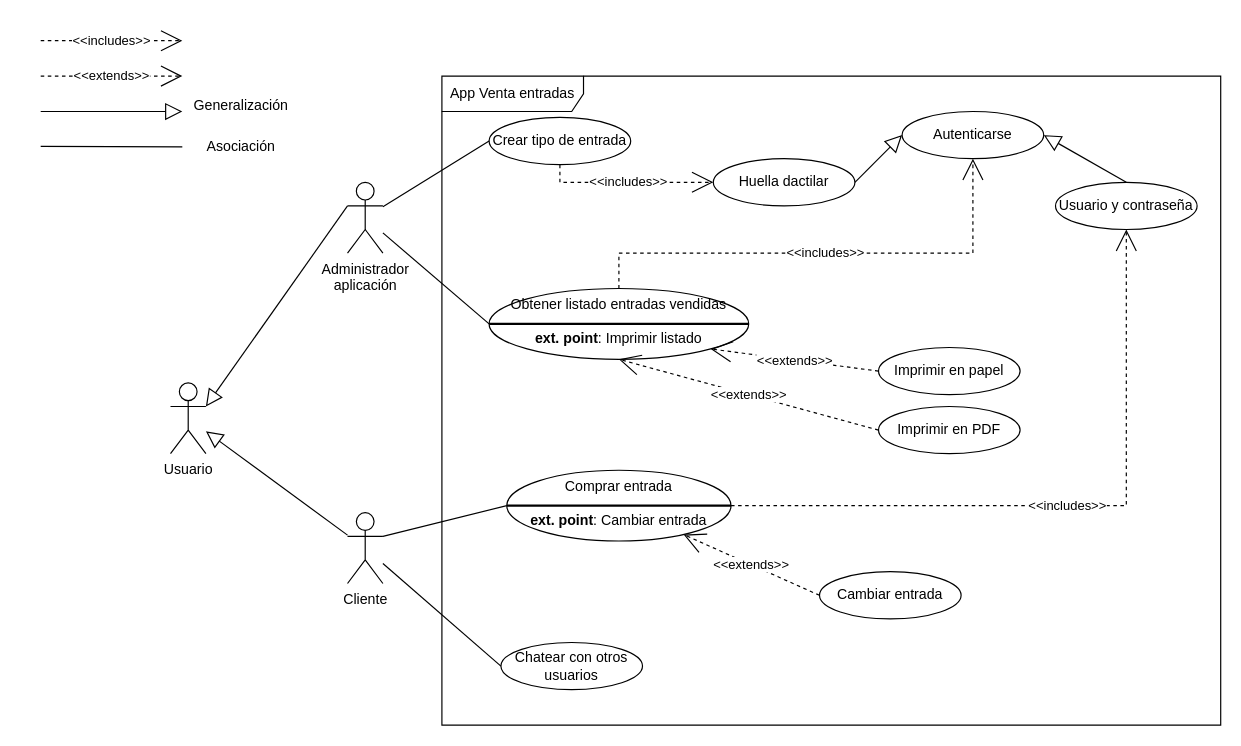
This is PracticaCasoUso.drawio from memfu/EntornosDesarrollo, a draw.io file, before an edit. Source tidied: cells renumbered, new cells numbered last; positions are measured from the earlier drawing's top-left corner, leaving out a move shared by most shapes. Both pictures are drawn from the tidied source at 118%, with x=0, y=0 at pixel (40, 40).
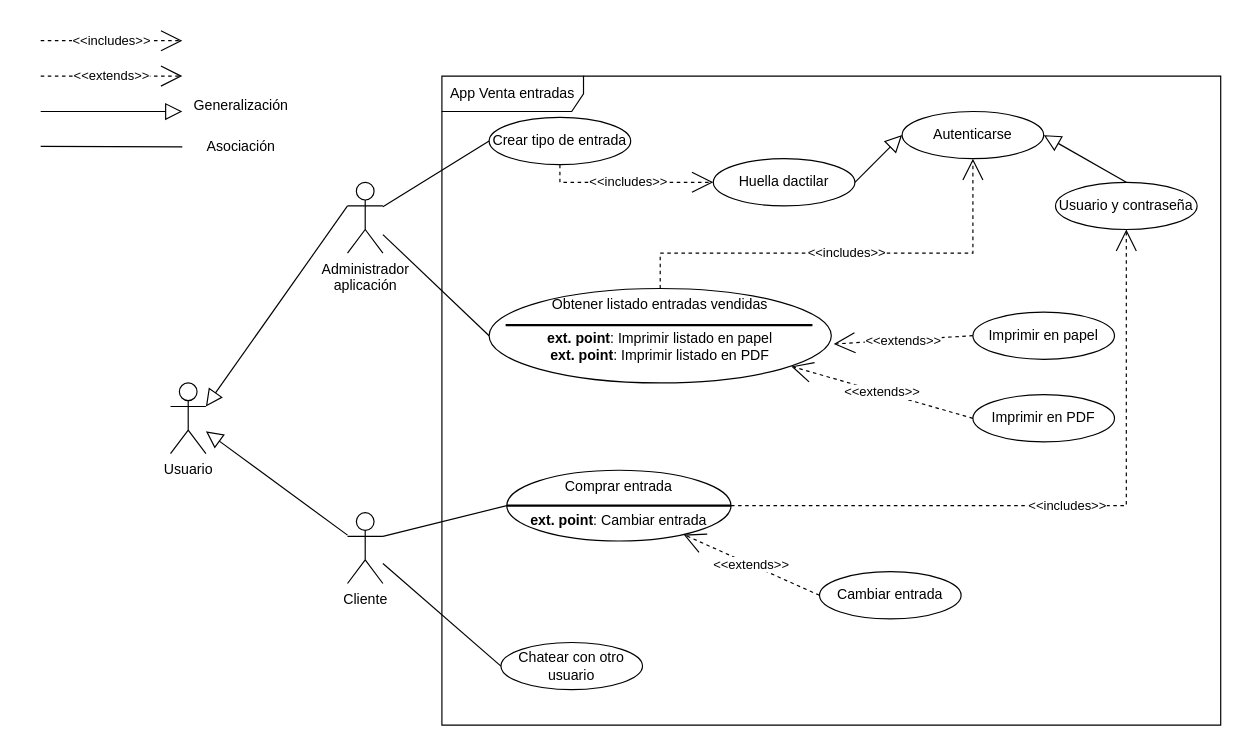
Above is the later version.

Unchanged cells that the change refers to:
```xml
<mxCell id="13" value="Autenticarse" style="ellipse;whiteSpace=wrap;html=1;" parent="1" vertex="1">
  <mxGeometry x="730" y="60" width="120" height="40" as="geometry" />
</mxCell>
```

Change to the diagram source:
```diff
@@
-    <mxCell id="20" value="&lt;div&gt;Obtener listado entradas vendidas&lt;/div&gt;&lt;div&gt;&lt;br&gt;&lt;/div&gt;&lt;div&gt;&lt;b&gt;ext. point&lt;/b&gt;: Imprimir listado&lt;br&gt;&lt;/div&gt;" style="ellipse;whiteSpace=wrap;html=1;horizontal=1;verticalAlign=top;" parent="1" vertex="1">
-      <mxGeometry x="380" y="210" width="220" height="60" as="geometry" />
+    <mxCell id="20" value="&lt;div&gt;Obtener listado entradas vendidas&lt;/div&gt;&lt;div&gt;&lt;br&gt;&lt;/div&gt;&lt;div&gt;&lt;b&gt;ext. point&lt;/b&gt;: Imprimir listado en papel&lt;/div&gt;&lt;div&gt;&lt;b&gt;ext. point&lt;/b&gt;: Imprimir listado en PDF&lt;br&gt;&lt;/div&gt;" style="ellipse;whiteSpace=wrap;html=1;horizontal=1;verticalAlign=top;" parent="1" vertex="1">
+      <mxGeometry x="380" y="210" width="290" height="80" as="geometry" />
     </mxCell>
-    <mxCell id="21" style="endArrow=none;html=1;strokeWidth=2;rounded=0;entryX=1;entryY=0.5;entryDx=0;entryDy=0;exitX=0;exitY=0.5;exitDx=0;exitDy=0;" parent="1" edge="1" source="20" target="20">
-      <mxGeometry relative="1" as="geometry" />
+    <mxCell id="21" style="endArrow=none;html=1;strokeWidth=2;rounded=0;exitX=0;exitY=0.5;exitDx=0;exitDy=0;" parent="1" edge="1">
+      <mxGeometry relative="1" as="geometry">
+        <mxPoint x="394" y="241" as="sourcePoint" />
+        <mxPoint x="654" y="241" as="targetPoint" />
+        <Array as="points">
+          <mxPoint x="574" y="241" />
+        </Array>
+      </mxGeometry>
     </mxCell>
     <mxCell id="22" value="Imprimir en PDF" style="ellipse;whiteSpace=wrap;html=1;" parent="1" vertex="1">
-      <mxGeometry x="710" y="310" width="120" height="40" as="geometry" />
+      <mxGeometry x="790" y="300" width="120" height="40" as="geometry" />
     </mxCell>
     <mxCell id="23" value="Imprimir en papel" style="ellipse;whiteSpace=wrap;html=1;" parent="1" vertex="1">
-      <mxGeometry x="710" y="260" width="120" height="40" as="geometry" />
+      <mxGeometry x="790" y="230" width="120" height="40" as="geometry" />
     </mxCell>
-    <mxCell id="24" value="&amp;lt;&amp;lt;extends&amp;gt;&amp;gt;" style="endArrow=open;endSize=16;endFill=0;html=1;rounded=0;dashed=1;entryX=0.5;entryY=1;entryDx=0;entryDy=0;exitX=0;exitY=0.5;exitDx=0;exitDy=0;" parent="1" edge="1" source="22" target="20">
+    <mxCell id="24" value="&amp;lt;&amp;lt;extends&amp;gt;&amp;gt;" style="endArrow=open;endSize=16;endFill=0;html=1;rounded=0;dashed=1;entryX=0.883;entryY=0.825;entryDx=0;entryDy=0;exitX=0;exitY=0.5;exitDx=0;exitDy=0;entryPerimeter=0;" parent="1" edge="1" source="22" target="20">
       <mxGeometry relative="1" as="geometry" />
     </mxCell>
-    <mxCell id="25" value="&amp;lt;&amp;lt;extends&amp;gt;&amp;gt;" style="endArrow=open;endSize=16;endFill=0;html=1;rounded=0;dashed=1;entryX=1;entryY=1;entryDx=0;entryDy=0;exitX=0;exitY=0.5;exitDx=0;exitDy=0;" parent="1" edge="1" source="23" target="20">
+    <mxCell id="25" value="&amp;lt;&amp;lt;extends&amp;gt;&amp;gt;" style="endArrow=open;endSize=16;endFill=0;html=1;rounded=0;dashed=1;entryX=1.007;entryY=0.588;entryDx=0;entryDy=0;exitX=0;exitY=0.5;exitDx=0;exitDy=0;entryPerimeter=0;" parent="1" edge="1" source="23" target="20">
       <mxGeometry relative="1" as="geometry" />
     </mxCell>
     <mxCell id="26" value="&amp;lt;&amp;lt;includes&amp;gt;&amp;gt;" style="endArrow=open;endSize=16;endFill=0;html=1;rounded=0;dashed=1;entryX=0.5;entryY=1;entryDx=0;entryDy=0;exitX=0.5;exitY=0;exitDx=0;exitDy=0;" parent="1" edge="1" source="20" target="13">
       <mxGeometry relative="1" as="geometry">
         <Array as="points">
-          <mxPoint x="490" y="180" />
+          <mxPoint x="525" y="180" />
           <mxPoint x="790" y="180" />
         </Array>
       </mxGeometry>
     </mxCell>
@@
-    <mxCell id="28" value="Chatear con otros usuarios" style="ellipse;whiteSpace=wrap;html=1;" parent="1" vertex="1">
+    <mxCell id="28" value="Chatear con otro usuario" style="ellipse;whiteSpace=wrap;html=1;" parent="1" vertex="1">
       <mxGeometry x="390" y="510" width="120" height="40" as="geometry" />
     </mxCell>
```
